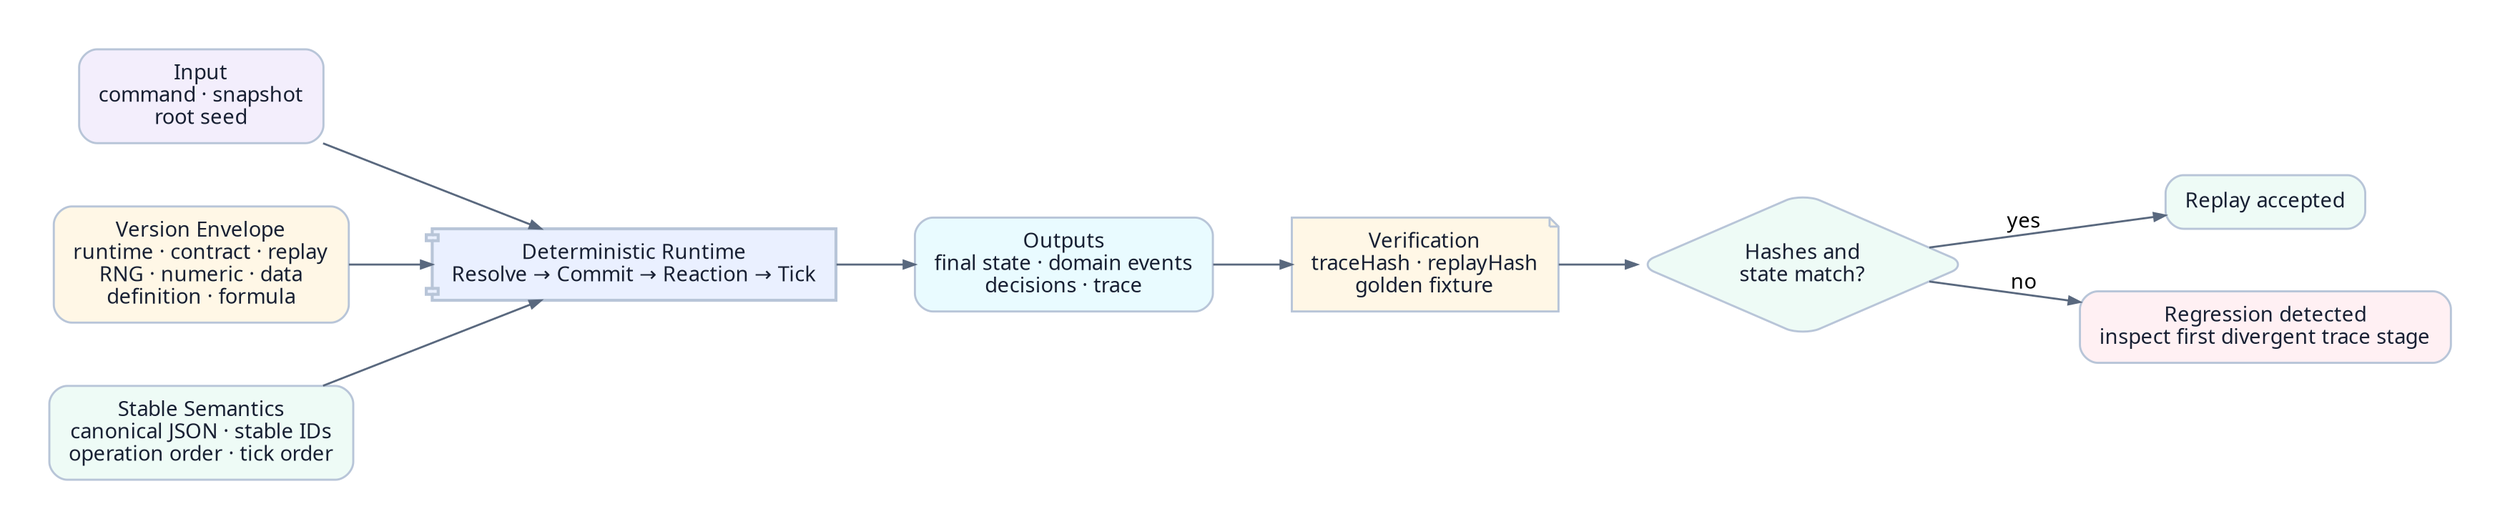
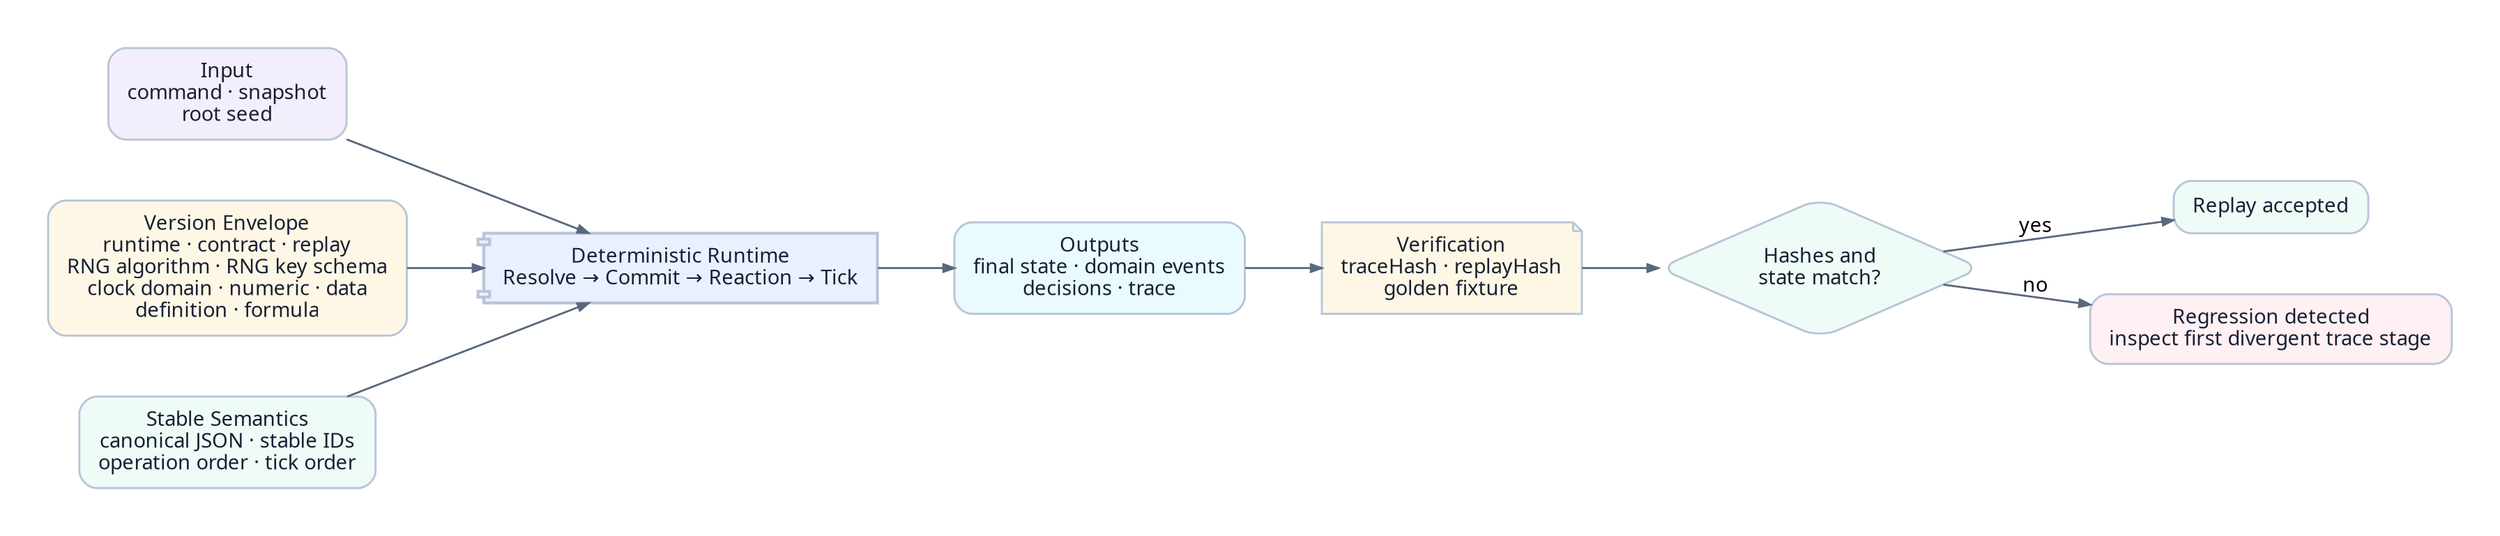
digraph G {
  graph [fontname="Noto Sans KR", bgcolor="#ffffff", margin=0.12, pad=0.34, ranksep=0.72, nodesep=0.58, splines=true];
  node [fontname="Noto Sans KR", shape=box, style="rounded,filled", color="#b8c5d8", penwidth=1.4, fillcolor="#ffffff", fontcolor="#182033", margin="0.18,0.13"];
  edge [fontname="Noto Sans KR", color="#59687e", arrowsize=0.75, penwidth=1.35];
  rankdir=LR;

  Input [fillcolor="#f3eefc", label="Input\ncommand · snapshot\nroot seed"];
-   Versions [fillcolor="#fff7e6", label="Version Envelope\nruntime · contract · replay\nRNG · numeric · data\ndefinition · formula"];
+   Versions [fillcolor="#fff7e6", label="Version Envelope\nruntime · contract · replay\nRNG algorithm · RNG key schema\nclock domain · numeric · data\ndefinition · formula"];
  Ordering [fillcolor="#eefbf6", label="Stable Semantics\ncanonical JSON · stable IDs\noperation order · tick order"];
  Runtime [shape=component, fillcolor="#eaf0ff", penwidth=2.0, label="Deterministic Runtime\nResolve → Commit → Reaction → Tick"];
  Outputs [fillcolor="#e9fbff", label="Outputs\nfinal state · domain events\ndecisions · trace"];
  Hashes [shape=note, fillcolor="#fff7e6", label="Verification\ntraceHash · replayHash\ngolden fixture"];
  Match [shape=diamond, fillcolor="#eefbf6", label="Hashes and\nstate match?"];
  Pass [fillcolor="#eefbf6", label="Replay accepted"];
  Fail [fillcolor="#fff0f3", label="Regression detected\ninspect first divergent trace stage"];

  Input -> Runtime;
  Versions -> Runtime;
  Ordering -> Runtime;
  Runtime -> Outputs -> Hashes -> Match;
  Match -> Pass [label="yes"];
  Match -> Fail [label="no"];
}
